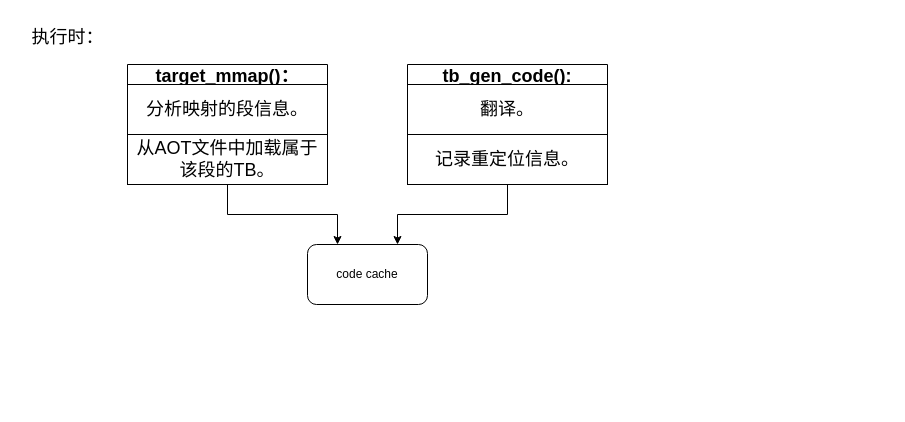
Earlier version of the draw.io diagram page "第 1 页" (1 of 2) of aot.drawio (ganjue66da/ganjue66da). Source tidied: cells renumbered, new cells numbered last; positions are measured from the earlier drawing's top-left corner, leaving out a move shared by most shapes. Both pictures are drawn from the tidied source at 100%, with x=0, y=0 at pixel (17, 17).
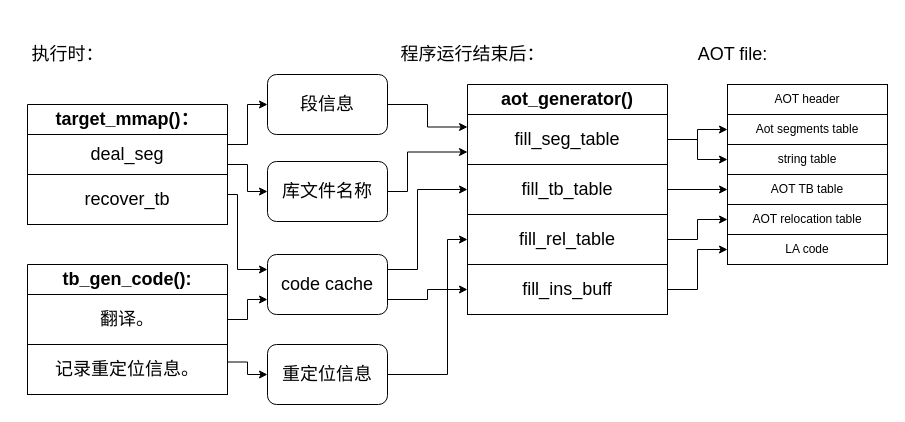
The same page after the edit.

The edit, as a diff of the source:
```diff
@@
     <mxCell id="2" value="&lt;font style=&quot;font-size: 18px;&quot;&gt;执行时：&lt;/font&gt;" style="text;html=1;align=center;verticalAlign=middle;strokeColor=none;fillColor=none;" parent="1" vertex="1">
-      <mxGeometry width="100" height="40" as="geometry" />
+      <mxGeometry y="17" width="100" height="40" as="geometry" />
     </mxCell>
-    <mxCell id="3" style="edgeStyle=orthogonalEdgeStyle;rounded=0;jettySize=auto;html=1;exitX=0.5;exitY=1;exitDx=0;exitDy=0;entryX=0.25;entryY=0;entryDx=0;entryDy=0;" parent="1" edge="1" source="4" target="7">
-      <mxGeometry relative="1" as="geometry" />
+    <mxCell id="3" style="edgeStyle=orthogonalEdgeStyle;rounded=0;jettySize=auto;html=1;exitX=1;exitY=0.75;exitDx=0;exitDy=0;entryX=0;entryY=0.25;entryDx=0;entryDy=0;" parent="1" edge="1" source="4" target="7">
+      <mxGeometry relative="1" as="geometry">
+        <Array as="points">
+          <mxPoint x="220" y="177" />
+          <mxPoint x="220" y="252" />
+        </Array>
+      </mxGeometry>
     </mxCell>
-    <mxCell id="4" value="&lt;font style=&quot;font-size: 18px;&quot;&gt;target_mmap()：&lt;/font&gt;" style="swimlane;whiteSpace=wrap;html=1;" parent="1" vertex="1">
-      <mxGeometry x="110" y="47" width="200" height="120" as="geometry" />
+    <mxCell id="4" value="&lt;font style=&quot;font-size: 18px;&quot;&gt;target_mmap()：&lt;/font&gt;" style="swimlane;whiteSpace=wrap;html=1;startSize=30;" parent="1" vertex="1">
+      <mxGeometry x="10" y="87" width="200" height="120" as="geometry" />
     </mxCell>
-    <mxCell id="5" value="&lt;font style=&quot;font-size: 18px;&quot;&gt;分析映射的段信息。&lt;/font&gt;" style="rounded=0;whiteSpace=wrap;html=1;" parent="4" vertex="1">
-      <mxGeometry y="20" width="200" height="50" as="geometry" />
+    <mxCell id="5" value="&lt;font style=&quot;font-size: 18px;&quot;&gt;deal_seg&lt;/font&gt;" style="rounded=0;whiteSpace=wrap;html=1;" parent="4" vertex="1">
+      <mxGeometry y="30" width="200" height="40" as="geometry" />
     </mxCell>
-    <mxCell id="6" value="&lt;span style=&quot;font-size: 18px;&quot;&gt;从AOT文件中加载属于该段的TB。&lt;/span&gt;" style="rounded=0;whiteSpace=wrap;html=1;" parent="4" vertex="1">
+    <mxCell id="6" value="&lt;span style=&quot;font-size: 18px;&quot;&gt;recover_tb&lt;/span&gt;" style="rounded=0;whiteSpace=wrap;html=1;" parent="4" vertex="1">
       <mxGeometry y="70" width="200" height="50" as="geometry" />
     </mxCell>
+    <mxCell id="12" style="edgeStyle=orthogonalEdgeStyle;rounded=0;jettySize=auto;html=1;exitX=1;exitY=0.25;exitDx=0;exitDy=0;entryX=0;entryY=0.5;entryDx=0;entryDy=0;" parent="1" edge="1" source="7" target="24">
+      <mxGeometry relative="1" as="geometry">
+        <Array as="points">
+          <mxPoint x="400" y="252" />
+          <mxPoint x="400" y="172" />
+        </Array>
+      </mxGeometry>
+    </mxCell>
+    <mxCell id="13" style="edgeStyle=orthogonalEdgeStyle;rounded=0;jettySize=auto;html=1;exitX=1;exitY=0.75;exitDx=0;exitDy=0;entryX=0;entryY=0.5;entryDx=0;entryDy=0;" parent="1" edge="1" source="7" target="26">
+      <mxGeometry relative="1" as="geometry" />
+    </mxCell>
-    <mxCell id="7" value="code cache" style="rounded=1;whiteSpace=wrap;html=1;" parent="1" vertex="1">
-      <mxGeometry x="290" y="227" width="120" height="60" as="geometry" />
+    <mxCell id="7" value="&lt;font style=&quot;font-size: 18px;&quot;&gt;code cache&lt;/font&gt;" style="rounded=1;whiteSpace=wrap;html=1;" parent="1" vertex="1">
+      <mxGeometry x="250" y="237" width="120" height="60" as="geometry" />
     </mxCell>
-    <mxCell id="8" style="edgeStyle=orthogonalEdgeStyle;rounded=0;jettySize=auto;html=1;exitX=0.5;exitY=1;exitDx=0;exitDy=0;entryX=0.75;entryY=0;entryDx=0;entryDy=0;" parent="1" edge="1" source="9" target="7">
-      <mxGeometry relative="1" as="geometry" />
-    </mxCell>
+    <mxCell id="14" style="edgeStyle=orthogonalEdgeStyle;rounded=0;jettySize=auto;html=1;exitX=1;exitY=0.75;exitDx=0;exitDy=0;entryX=0;entryY=0.5;entryDx=0;entryDy=0;" parent="1" edge="1" source="9" target="28">
+      <mxGeometry relative="1" as="geometry" />
+    </mxCell>
-    <mxCell id="9" value="&lt;font style=&quot;font-size: 18px;&quot;&gt;tb_gen_code():&lt;/font&gt;" style="swimlane;whiteSpace=wrap;html=1;" parent="1" vertex="1">
-      <mxGeometry x="390" y="47" width="200" height="120" as="geometry" />
+    <mxCell id="9" value="&lt;font style=&quot;font-size: 18px;&quot;&gt;tb_gen_code():&lt;/font&gt;" style="swimlane;whiteSpace=wrap;html=1;startSize=30;" parent="1" vertex="1">
+      <mxGeometry x="10" y="247" width="200" height="130" as="geometry" />
     </mxCell>
     <mxCell id="10" value="&lt;span style=&quot;font-size: 18px;&quot;&gt;翻译。&lt;/span&gt;" style="rounded=0;whiteSpace=wrap;html=1;" parent="9" vertex="1">
-      <mxGeometry y="20" width="200" height="50" as="geometry" />
+      <mxGeometry y="30" width="200" height="50" as="geometry" />
     </mxCell>
     <mxCell id="11" value="&lt;font style=&quot;font-size: 18px;&quot;&gt;记录重定位信息。&lt;/font&gt;" style="rounded=0;whiteSpace=wrap;html=1;" parent="9" vertex="1">
-      <mxGeometry y="70" width="200" height="50" as="geometry" />
+      <mxGeometry y="80" width="200" height="50" as="geometry" />
     </mxCell>
+    <mxCell id="15" value="AOT header" style="rounded=0;whiteSpace=wrap;html=1;" parent="1" vertex="1">
+      <mxGeometry x="710" y="67" width="160" height="30" as="geometry" />
+    </mxCell>
+    <mxCell id="16" value="Aot segments table" style="rounded=0;whiteSpace=wrap;html=1;" parent="1" vertex="1">
+      <mxGeometry x="710" y="97" width="160" height="30" as="geometry" />
+    </mxCell>
+    <mxCell id="17" value="string table" style="rounded=0;whiteSpace=wrap;html=1;" parent="1" vertex="1">
+      <mxGeometry x="710" y="127" width="160" height="30" as="geometry" />
+    </mxCell>
+    <mxCell id="18" value="AOT TB table" style="rounded=0;whiteSpace=wrap;html=1;" parent="1" vertex="1">
+      <mxGeometry x="710" y="157" width="160" height="30" as="geometry" />
+    </mxCell>
+    <mxCell id="19" value="LA code" style="rounded=0;whiteSpace=wrap;html=1;" parent="1" vertex="1">
+      <mxGeometry x="710" y="217" width="160" height="30" as="geometry" />
+    </mxCell>
+    <mxCell id="20" value="AOT relocation table" style="rounded=0;whiteSpace=wrap;html=1;" parent="1" vertex="1">
+      <mxGeometry x="710" y="187" width="160" height="30" as="geometry" />
+    </mxCell>
+    <mxCell id="21" value="&lt;font style=&quot;font-size: 18px;&quot;&gt;程序运行结束后：&lt;/font&gt;" style="text;html=1;align=center;verticalAlign=middle;strokeColor=none;fillColor=none;" parent="1" vertex="1">
+      <mxGeometry x="370" y="17" width="170" height="40" as="geometry" />
+    </mxCell>
+    <mxCell id="22" value="&lt;font style=&quot;font-size: 18px;&quot;&gt;aot_generator()&lt;/font&gt;" style="swimlane;whiteSpace=wrap;html=1;startSize=30;" parent="1" vertex="1">
+      <mxGeometry x="450" y="67" width="200" height="230" as="geometry" />
+    </mxCell>
+    <mxCell id="23" value="&lt;font style=&quot;font-size: 18px;&quot;&gt;fill_seg_table&lt;/font&gt;" style="rounded=0;whiteSpace=wrap;html=1;" parent="22" vertex="1">
+      <mxGeometry y="30" width="200" height="50" as="geometry" />
+    </mxCell>
+    <mxCell id="24" value="&lt;span style=&quot;font-size: 18px;&quot;&gt;fill_tb_table&lt;/span&gt;" style="rounded=0;whiteSpace=wrap;html=1;" parent="22" vertex="1">
+      <mxGeometry y="80" width="200" height="50" as="geometry" />
+    </mxCell>
+    <mxCell id="25" value="&lt;font style=&quot;font-size: 18px;&quot;&gt;fill_rel_table&lt;/font&gt;" style="rounded=0;whiteSpace=wrap;html=1;" parent="22" vertex="1">
+      <mxGeometry y="130" width="200" height="50" as="geometry" />
+    </mxCell>
+    <mxCell id="26" value="&lt;font style=&quot;font-size: 18px;&quot;&gt;fill_ins_buff&lt;/font&gt;" style="rounded=0;whiteSpace=wrap;html=1;" parent="22" vertex="1">
+      <mxGeometry y="180" width="200" height="50" as="geometry" />
+    </mxCell>
+    <mxCell id="27" style="edgeStyle=orthogonalEdgeStyle;rounded=0;jettySize=auto;html=1;exitX=1;exitY=0.5;exitDx=0;exitDy=0;entryX=0;entryY=0.5;entryDx=0;entryDy=0;" parent="1" edge="1" source="28" target="25">
+      <mxGeometry relative="1" as="geometry">
+        <Array as="points">
+          <mxPoint x="430" y="357" />
+          <mxPoint x="430" y="222" />
+        </Array>
+      </mxGeometry>
+    </mxCell>
+    <mxCell id="28" value="&lt;font style=&quot;font-size: 18px;&quot;&gt;重定位信息&lt;/font&gt;" style="rounded=1;whiteSpace=wrap;html=1;" parent="1" vertex="1">
+      <mxGeometry x="250" y="327" width="120" height="60" as="geometry" />
+    </mxCell>
+    <mxCell id="29" style="edgeStyle=orthogonalEdgeStyle;rounded=0;jettySize=auto;html=1;exitX=1;exitY=0.5;exitDx=0;exitDy=0;entryX=0;entryY=0.25;entryDx=0;entryDy=0;" parent="1" edge="1" source="30" target="23">
+      <mxGeometry relative="1" as="geometry" />
+    </mxCell>
+    <mxCell id="30" value="&lt;font style=&quot;font-size: 18px;&quot;&gt;段信息&lt;/font&gt;" style="rounded=1;whiteSpace=wrap;html=1;" parent="1" vertex="1">
+      <mxGeometry x="250" y="57" width="120" height="60" as="geometry" />
+    </mxCell>
+    <mxCell id="31" style="edgeStyle=orthogonalEdgeStyle;rounded=0;jettySize=auto;html=1;exitX=1;exitY=0.5;exitDx=0;exitDy=0;entryX=0;entryY=0.75;entryDx=0;entryDy=0;" parent="1" edge="1" source="32" target="23">
+      <mxGeometry relative="1" as="geometry">
+        <Array as="points">
+          <mxPoint x="390" y="174" />
+          <mxPoint x="390" y="135" />
+        </Array>
+      </mxGeometry>
+    </mxCell>
+    <mxCell id="32" value="&lt;font style=&quot;font-size: 18px;&quot;&gt;库文件名称&lt;/font&gt;" style="rounded=1;whiteSpace=wrap;html=1;" parent="1" vertex="1">
+      <mxGeometry x="250" y="144" width="120" height="60" as="geometry" />
+    </mxCell>
+    <mxCell id="33" style="edgeStyle=orthogonalEdgeStyle;rounded=0;jettySize=auto;html=1;exitX=1;exitY=0.5;exitDx=0;exitDy=0;entryX=0;entryY=0.75;entryDx=0;entryDy=0;" parent="1" edge="1" source="10" target="7">
+      <mxGeometry relative="1" as="geometry" />
+    </mxCell>
+    <mxCell id="34" style="edgeStyle=orthogonalEdgeStyle;rounded=0;jettySize=auto;html=1;exitX=1;exitY=0.5;exitDx=0;exitDy=0;entryX=0;entryY=0.5;entryDx=0;entryDy=0;" parent="1" edge="1" source="23" target="16">
+      <mxGeometry relative="1" as="geometry" />
+    </mxCell>
+    <mxCell id="35" style="edgeStyle=orthogonalEdgeStyle;rounded=0;jettySize=auto;html=1;exitX=1;exitY=0.5;exitDx=0;exitDy=0;entryX=0;entryY=0.5;entryDx=0;entryDy=0;" parent="1" edge="1" source="23" target="17">
+      <mxGeometry relative="1" as="geometry" />
+    </mxCell>
+    <mxCell id="36" style="edgeStyle=orthogonalEdgeStyle;rounded=0;jettySize=auto;html=1;exitX=1;exitY=0.5;exitDx=0;exitDy=0;entryX=0;entryY=0.5;entryDx=0;entryDy=0;" parent="1" edge="1" source="24" target="18">
+      <mxGeometry relative="1" as="geometry" />
+    </mxCell>
+    <mxCell id="37" style="edgeStyle=orthogonalEdgeStyle;rounded=0;jettySize=auto;html=1;exitX=1;exitY=0.5;exitDx=0;exitDy=0;entryX=0;entryY=0.5;entryDx=0;entryDy=0;" parent="1" edge="1" source="25" target="20">
+      <mxGeometry relative="1" as="geometry" />
+    </mxCell>
+    <mxCell id="38" style="edgeStyle=orthogonalEdgeStyle;rounded=0;jettySize=auto;html=1;exitX=1;exitY=0.5;exitDx=0;exitDy=0;entryX=0;entryY=0.5;entryDx=0;entryDy=0;" parent="1" edge="1" source="26" target="19">
+      <mxGeometry relative="1" as="geometry" />
+    </mxCell>
+    <mxCell id="39" value="&lt;font style=&quot;font-size: 18px;&quot;&gt;AOT file:&lt;/font&gt;" style="text;html=1;align=center;verticalAlign=middle;strokeColor=none;fillColor=none;" parent="1" vertex="1">
+      <mxGeometry x="670" y="17" width="90" height="40" as="geometry" />
+    </mxCell>
+    <mxCell id="40" style="edgeStyle=orthogonalEdgeStyle;rounded=0;jettySize=auto;html=1;exitX=1;exitY=0.25;exitDx=0;exitDy=0;entryX=0;entryY=0.5;entryDx=0;entryDy=0;" parent="1" edge="1" source="5" target="30">
+      <mxGeometry relative="1" as="geometry" />
+    </mxCell>
+    <mxCell id="41" style="edgeStyle=orthogonalEdgeStyle;rounded=0;jettySize=auto;html=1;exitX=1;exitY=0.75;exitDx=0;exitDy=0;entryX=0;entryY=0.5;entryDx=0;entryDy=0;" parent="1" edge="1" source="5" target="32">
+      <mxGeometry relative="1" as="geometry" />
+    </mxCell>
```
